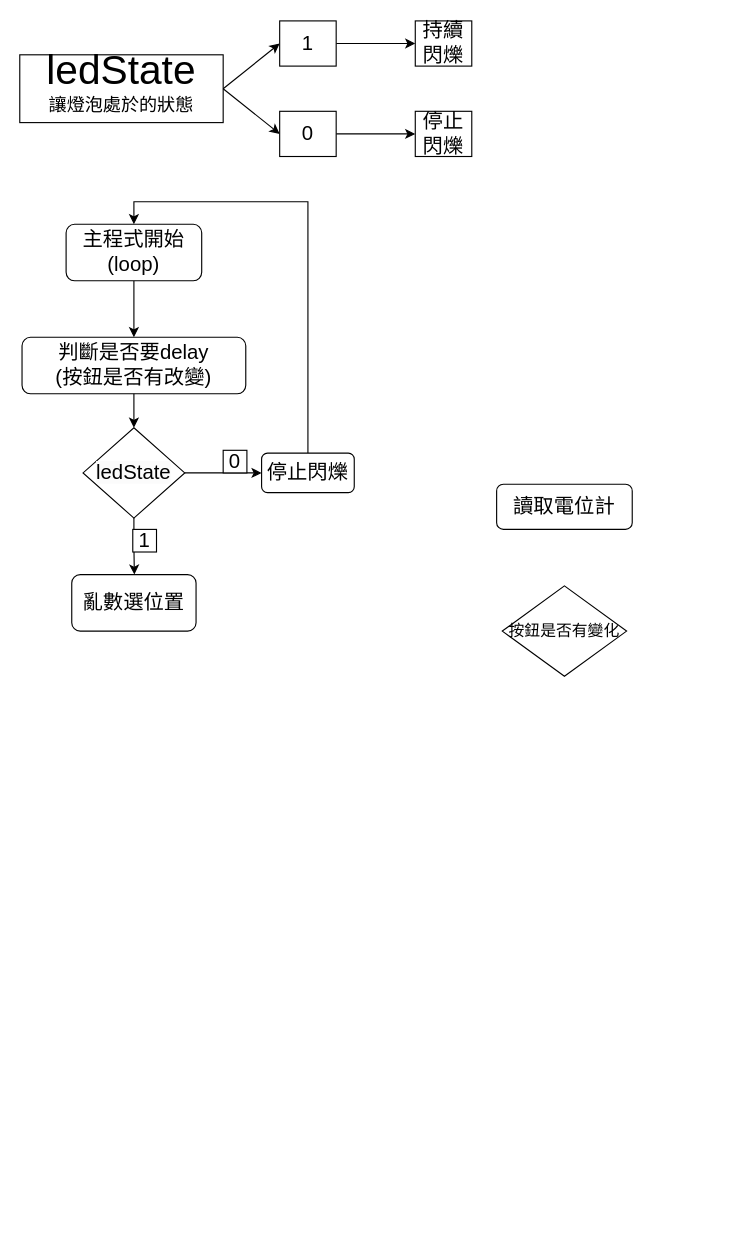
Andy87877/draw.io keeps this draw.io diagram as 夜市燈泡效果 Arduino.drawio. Above is the earlier version. Source tidied: cells renumbered, new cells numbered last; positions are measured from the earlier drawing's top-left corner, leaving out a move shared by most shapes. Both pictures are drawn from the tidied source at 113%, with x=0, y=0 at pixel (19, 20).
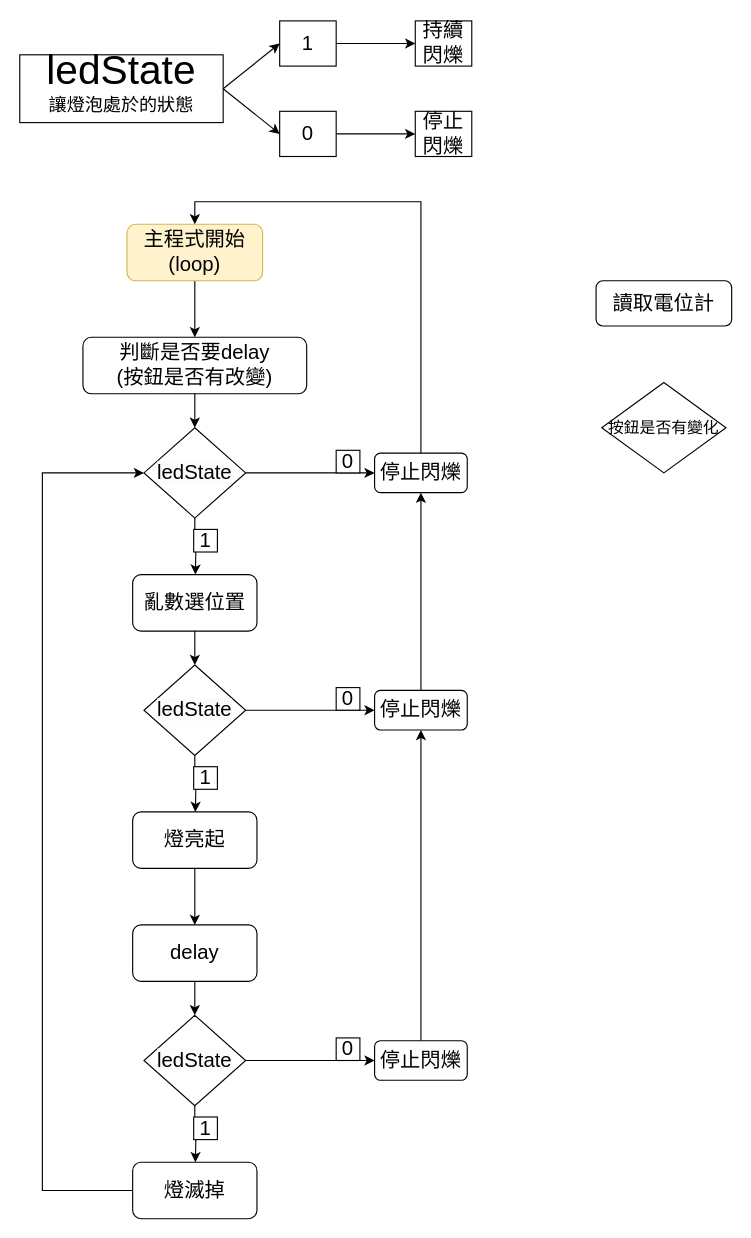
After the change.

Commit message:
更新夜市燈泡效果 Arduino.drawio

Change to the diagram source:
```diff
@@
-    <mxCell id="2" style="edgeStyle=orthogonalEdgeStyle;rounded=0;jettySize=auto;html=1;exitX=0.5;exitY=1;exitDx=0;exitDy=0;entryX=0.5;entryY=0;entryDx=0;entryDy=0;" parent="1" edge="1" source="3" target="4">
-      <mxGeometry relative="1" as="geometry" />
+    <mxCell id="2" style="edgeStyle=orthogonalEdgeStyle;rounded=0;jettySize=auto;html=1;exitX=0.5;exitY=1;exitDx=0;exitDy=0;entryX=0.5;entryY=0;entryDx=0;entryDy=0;" parent="1" edge="1" source="3">
+      <mxGeometry relative="1" as="geometry">
+        <mxPoint x="154.9" y="280" as="targetPoint" />
+      </mxGeometry>
     </mxCell>
-    <mxCell id="3" value="&lt;font style=&quot;font-size: 18px;&quot;&gt;主程式開始&lt;/font&gt;&lt;div&gt;&lt;font style=&quot;font-size: 18px;&quot;&gt;(loop)&lt;/font&gt;&lt;/div&gt;" style="rounded=1;whiteSpace=wrap;html=1;fontSize=12;glass=0;strokeWidth=1;shadow=0;" parent="1" vertex="1">
-      <mxGeometry x="41" y="180" width="120" height="50" as="geometry" />
+    <mxCell id="3" value="&lt;font style=&quot;font-size: 18px;&quot;&gt;主程式開始&lt;/font&gt;&lt;div&gt;&lt;font style=&quot;font-size: 18px;&quot;&gt;(loop)&lt;/font&gt;&lt;/div&gt;" style="rounded=1;whiteSpace=wrap;html=1;fontSize=12;glass=0;strokeWidth=1;shadow=0;fillColor=#fff2cc;strokeColor=#d6b656;" parent="1" vertex="1">
+      <mxGeometry x="94.9" y="180" width="120" height="50" as="geometry" />
     </mxCell>
     <mxCell id="4" value="&lt;font style=&quot;font-size: 18px;&quot;&gt;判斷是否要delay&lt;/font&gt;&lt;div&gt;&lt;font style=&quot;font-size: 18px;&quot;&gt;(按鈕是否有改變)&lt;/font&gt;&lt;/div&gt;" style="rounded=1;whiteSpace=wrap;html=1;fontSize=12;glass=0;strokeWidth=1;shadow=0;" parent="1" vertex="1">
-      <mxGeometry x="2" y="280" width="198" height="50" as="geometry" />
+      <mxGeometry x="55.9" y="280" width="198" height="50" as="geometry" />
     </mxCell>
     <mxCell id="5" value="&lt;font style=&quot;font-size: 18px;&quot;&gt;讀取電位計&lt;/font&gt;" style="rounded=1;whiteSpace=wrap;html=1;fontSize=12;glass=0;strokeWidth=1;shadow=0;" parent="1" vertex="1">
-      <mxGeometry x="422" y="410" width="120" height="40" as="geometry" />
+      <mxGeometry x="510" y="230" width="120" height="40" as="geometry" />
     </mxCell>
     <mxCell id="6" value="&lt;font style=&quot;font-size: 14px;&quot;&gt;按鈕是否有變化&lt;/font&gt;" style="rhombus;whiteSpace=wrap;html=1;" parent="1" vertex="1">
-      <mxGeometry x="427" y="500" width="110" height="80" as="geometry" />
+      <mxGeometry x="515" y="320" width="110" height="80" as="geometry" />
     </mxCell>
@@
     <mxCell id="16" style="edgeStyle=orthogonalEdgeStyle;rounded=0;jettySize=auto;html=1;exitX=0.5;exitY=1;exitDx=0;exitDy=0;" parent="1" edge="1" source="17">
       <mxGeometry relative="1" as="geometry">
-        <mxPoint x="101.4" y="490" as="targetPoint" />
+        <mxPoint x="155.4" y="490" as="targetPoint" />
       </mxGeometry>
     </mxCell>
     <mxCell id="17" value="&lt;font style=&quot;font-size: 18px;&quot;&gt;&lt;span style=&quot;color: rgb(0, 0, 0); font-family: Helvetica; font-style: normal; font-variant-ligatures: normal; font-variant-caps: normal; font-weight: 400; letter-spacing: normal; orphans: 2; text-align: center; text-indent: 0px; text-transform: none; widows: 2; word-spacing: 0px; -webkit-text-stroke-width: 0px; white-space: normal; background-color: rgb(251, 251, 251); text-decoration-thickness: initial; text-decoration-style: initial; text-decoration-color: initial; float: none; display: inline !important;&quot;&gt;ledState&lt;/span&gt;&lt;br&gt;&lt;/font&gt;" style="rhombus;whiteSpace=wrap;html=1;" parent="1" vertex="1">
-      <mxGeometry x="56" y="360" width="90" height="80" as="geometry" />
+      <mxGeometry x="109.9" y="360" width="90" height="80" as="geometry" />
     </mxCell>
-    <mxCell id="18" style="endArrow=classic;html=1;rounded=0;exitX=0.5;exitY=1;exitDx=0;exitDy=0;entryX=0.5;entryY=0;entryDx=0;entryDy=0;" parent="1" edge="1" source="4" target="17">
-      <mxGeometry relative="1" as="geometry" />
+    <mxCell id="18" style="endArrow=classic;html=1;rounded=0;exitX=0.5;exitY=1;exitDx=0;exitDy=0;entryX=0.5;entryY=0;entryDx=0;entryDy=0;" parent="1" edge="1" target="17">
+      <mxGeometry relative="1" as="geometry">
+        <mxPoint x="154.9" y="330" as="sourcePoint" />
+      </mxGeometry>
     </mxCell>
@@
     <mxCell id="20" value="&lt;font style=&quot;font-size: 18px;&quot;&gt;0&lt;/font&gt;" style="rounded=0;whiteSpace=wrap;html=1;" parent="1" vertex="1">
-      <mxGeometry x="180" y="380" width="21" height="20" as="geometry" />
+      <mxGeometry x="280" y="380" width="21" height="20" as="geometry" />
     </mxCell>
     <mxCell id="21" value="&lt;font style=&quot;font-size: 18px;&quot;&gt;1&lt;/font&gt;" style="rounded=0;whiteSpace=wrap;html=1;" parent="1" vertex="1">
-      <mxGeometry x="100" y="450" width="21" height="20" as="geometry" />
+      <mxGeometry x="153.9" y="450" width="21" height="20" as="geometry" />
     </mxCell>
@@
     <mxCell id="23" value="&lt;span style=&quot;font-size: 18px;&quot;&gt;停止閃爍&lt;/span&gt;" style="rounded=1;whiteSpace=wrap;html=1;fontSize=12;glass=0;strokeWidth=1;shadow=0;" parent="1" vertex="1">
-      <mxGeometry x="214" y="382.5" width="82" height="35" as="geometry" />
+      <mxGeometry x="314" y="382.5" width="82" height="35" as="geometry" />
     </mxCell>
     <mxCell id="24" value="&lt;span style=&quot;font-size: 18px;&quot;&gt;亂數選位置&lt;/span&gt;" style="rounded=1;whiteSpace=wrap;html=1;fontSize=12;glass=0;strokeWidth=1;shadow=0;" parent="1" vertex="1">
-      <mxGeometry x="46" y="490" width="110" height="50" as="geometry" />
+      <mxGeometry x="99.9" y="490" width="110" height="50" as="geometry" />
     </mxCell>
+    <mxCell id="25" style="edgeStyle=orthogonalEdgeStyle;rounded=0;jettySize=auto;html=1;exitX=0.5;exitY=1;exitDx=0;exitDy=0;" parent="1" edge="1" source="26">
+      <mxGeometry relative="1" as="geometry">
+        <mxPoint x="155.4" y="700" as="targetPoint" />
+      </mxGeometry>
+    </mxCell>
+    <mxCell id="26" value="&lt;font style=&quot;font-size: 18px;&quot;&gt;&lt;span style=&quot;color: rgb(0, 0, 0); font-family: Helvetica; font-style: normal; font-variant-ligatures: normal; font-variant-caps: normal; font-weight: 400; letter-spacing: normal; orphans: 2; text-align: center; text-indent: 0px; text-transform: none; widows: 2; word-spacing: 0px; -webkit-text-stroke-width: 0px; white-space: normal; background-color: rgb(251, 251, 251); text-decoration-thickness: initial; text-decoration-style: initial; text-decoration-color: initial; float: none; display: inline !important;&quot;&gt;ledState&lt;/span&gt;&lt;br&gt;&lt;/font&gt;" style="rhombus;whiteSpace=wrap;html=1;" parent="1" vertex="1">
+      <mxGeometry x="109.9" y="570" width="90" height="80" as="geometry" />
+    </mxCell>
+    <mxCell id="27" style="endArrow=classic;html=1;rounded=0;exitX=0.5;exitY=1;exitDx=0;exitDy=0;entryX=0.5;entryY=0;entryDx=0;entryDy=0;" parent="1" edge="1" target="26">
+      <mxGeometry relative="1" as="geometry">
+        <mxPoint x="154.9" y="540" as="sourcePoint" />
+      </mxGeometry>
+    </mxCell>
+    <mxCell id="28" style="endArrow=classic;html=1;rounded=0;exitX=1;exitY=0.5;exitDx=0;exitDy=0;entryX=0;entryY=0.5;entryDx=0;entryDy=0;" parent="1" edge="1" source="26" target="32">
+      <mxGeometry relative="1" as="geometry" />
+    </mxCell>
+    <mxCell id="29" value="&lt;font style=&quot;font-size: 18px;&quot;&gt;0&lt;/font&gt;" style="rounded=0;whiteSpace=wrap;html=1;" parent="1" vertex="1">
+      <mxGeometry x="280" y="590" width="21" height="20" as="geometry" />
+    </mxCell>
+    <mxCell id="30" value="&lt;font style=&quot;font-size: 18px;&quot;&gt;1&lt;/font&gt;" style="rounded=0;whiteSpace=wrap;html=1;" parent="1" vertex="1">
+      <mxGeometry x="153.9" y="660" width="21" height="20" as="geometry" />
+    </mxCell>
+    <mxCell id="31" style="edgeStyle=orthogonalEdgeStyle;rounded=0;jettySize=auto;html=1;exitX=0.5;exitY=0;exitDx=0;exitDy=0;entryX=0.5;entryY=1;entryDx=0;entryDy=0;" parent="1" edge="1" source="32" target="23">
+      <mxGeometry relative="1" as="geometry" />
+    </mxCell>
+    <mxCell id="32" value="&lt;span style=&quot;font-size: 18px;&quot;&gt;停止閃爍&lt;/span&gt;" style="rounded=1;whiteSpace=wrap;html=1;fontSize=12;glass=0;strokeWidth=1;shadow=0;" parent="1" vertex="1">
+      <mxGeometry x="314" y="592.5" width="82" height="35" as="geometry" />
+    </mxCell>
+    <mxCell id="33" style="edgeStyle=orthogonalEdgeStyle;rounded=0;jettySize=auto;html=1;exitX=0.5;exitY=1;exitDx=0;exitDy=0;entryX=0.5;entryY=0;entryDx=0;entryDy=0;" parent="1" edge="1" source="34" target="35">
+      <mxGeometry relative="1" as="geometry" />
+    </mxCell>
+    <mxCell id="34" value="&lt;span style=&quot;font-size: 18px;&quot;&gt;燈亮起&lt;/span&gt;" style="rounded=1;whiteSpace=wrap;html=1;fontSize=12;glass=0;strokeWidth=1;shadow=0;" parent="1" vertex="1">
+      <mxGeometry x="99.9" y="700" width="110" height="50" as="geometry" />
+    </mxCell>
+    <mxCell id="35" value="&lt;span style=&quot;font-size: 18px;&quot;&gt;delay&lt;/span&gt;" style="rounded=1;whiteSpace=wrap;html=1;fontSize=12;glass=0;strokeWidth=1;shadow=0;" parent="1" vertex="1">
+      <mxGeometry x="99.9" y="800" width="110" height="50" as="geometry" />
+    </mxCell>
+    <mxCell id="36" style="edgeStyle=orthogonalEdgeStyle;rounded=0;jettySize=auto;html=1;exitX=0.5;exitY=1;exitDx=0;exitDy=0;" parent="1" edge="1" source="37">
+      <mxGeometry relative="1" as="geometry">
+        <mxPoint x="155.4" y="1010" as="targetPoint" />
+      </mxGeometry>
+    </mxCell>
+    <mxCell id="37" value="&lt;font style=&quot;font-size: 18px;&quot;&gt;&lt;span style=&quot;color: rgb(0, 0, 0); font-family: Helvetica; font-style: normal; font-variant-ligatures: normal; font-variant-caps: normal; font-weight: 400; letter-spacing: normal; orphans: 2; text-align: center; text-indent: 0px; text-transform: none; widows: 2; word-spacing: 0px; -webkit-text-stroke-width: 0px; white-space: normal; background-color: rgb(251, 251, 251); text-decoration-thickness: initial; text-decoration-style: initial; text-decoration-color: initial; float: none; display: inline !important;&quot;&gt;ledState&lt;/span&gt;&lt;br&gt;&lt;/font&gt;" style="rhombus;whiteSpace=wrap;html=1;" parent="1" vertex="1">
+      <mxGeometry x="109.9" y="880" width="90" height="80" as="geometry" />
+    </mxCell>
+    <mxCell id="38" style="endArrow=classic;html=1;rounded=0;exitX=0.5;exitY=1;exitDx=0;exitDy=0;entryX=0.5;entryY=0;entryDx=0;entryDy=0;" parent="1" edge="1" target="37">
+      <mxGeometry relative="1" as="geometry">
+        <mxPoint x="154.9" y="850" as="sourcePoint" />
+      </mxGeometry>
+    </mxCell>
+    <mxCell id="39" style="endArrow=classic;html=1;rounded=0;exitX=1;exitY=0.5;exitDx=0;exitDy=0;entryX=0;entryY=0.5;entryDx=0;entryDy=0;" parent="1" edge="1" source="37" target="43">
+      <mxGeometry relative="1" as="geometry" />
+    </mxCell>
+    <mxCell id="40" value="&lt;font style=&quot;font-size: 18px;&quot;&gt;0&lt;/font&gt;" style="rounded=0;whiteSpace=wrap;html=1;" parent="1" vertex="1">
+      <mxGeometry x="280" y="900" width="21" height="20" as="geometry" />
+    </mxCell>
+    <mxCell id="41" value="&lt;font style=&quot;font-size: 18px;&quot;&gt;1&lt;/font&gt;" style="rounded=0;whiteSpace=wrap;html=1;" parent="1" vertex="1">
+      <mxGeometry x="153.9" y="970" width="21" height="20" as="geometry" />
+    </mxCell>
+    <mxCell id="42" style="edgeStyle=orthogonalEdgeStyle;rounded=0;jettySize=auto;html=1;exitX=0.5;exitY=0;exitDx=0;exitDy=0;entryX=0.5;entryY=1;entryDx=0;entryDy=0;" parent="1" edge="1" source="43" target="32">
+      <mxGeometry relative="1" as="geometry" />
+    </mxCell>
+    <mxCell id="43" value="&lt;span style=&quot;font-size: 18px;&quot;&gt;停止閃爍&lt;/span&gt;" style="rounded=1;whiteSpace=wrap;html=1;fontSize=12;glass=0;strokeWidth=1;shadow=0;" parent="1" vertex="1">
+      <mxGeometry x="314" y="902.5" width="82" height="35" as="geometry" />
+    </mxCell>
+    <mxCell id="44" style="edgeStyle=orthogonalEdgeStyle;rounded=0;jettySize=auto;html=1;exitX=0;exitY=0.5;exitDx=0;exitDy=0;entryX=0;entryY=0.5;entryDx=0;entryDy=0;" parent="1" edge="1" source="45" target="17">
+      <mxGeometry relative="1" as="geometry">
+        <Array as="points">
+          <mxPoint x="20" y="1035" />
+          <mxPoint x="20" y="400" />
+        </Array>
+      </mxGeometry>
+    </mxCell>
+    <mxCell id="45" value="&lt;span style=&quot;font-size: 18px;&quot;&gt;燈滅掉&lt;/span&gt;" style="rounded=1;whiteSpace=wrap;html=1;fontSize=12;glass=0;strokeWidth=1;shadow=0;" parent="1" vertex="1">
+      <mxGeometry x="99.9" y="1010" width="110" height="50" as="geometry" />
+    </mxCell>
```
